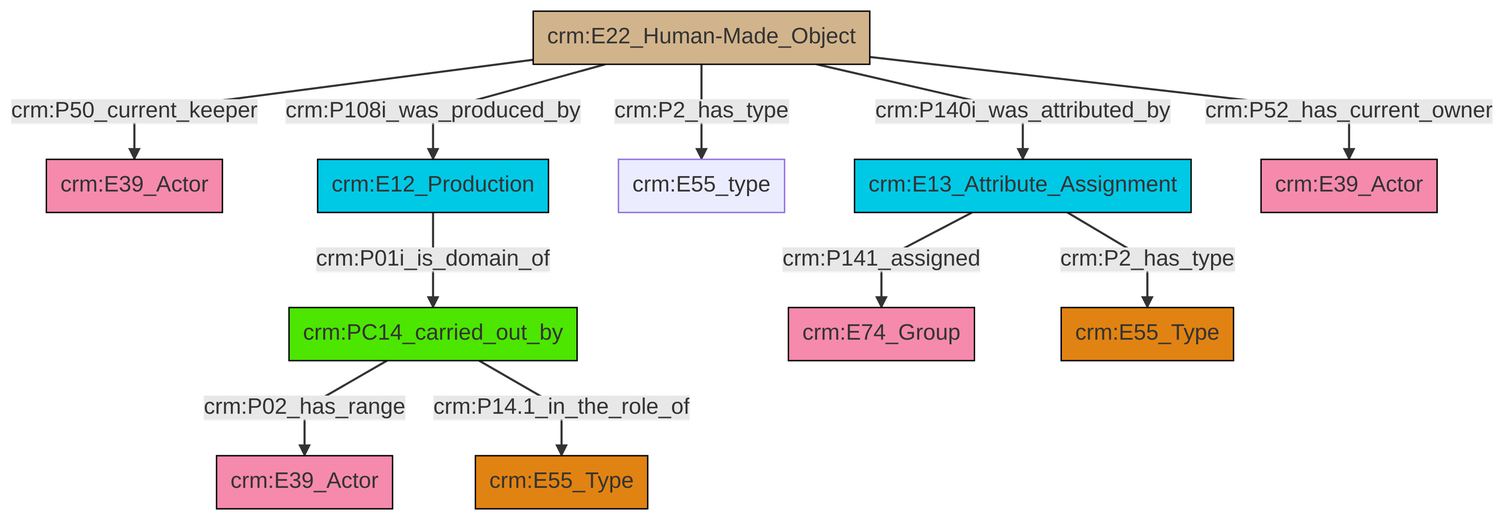
Before: et/artworkCSV/ttl/mmd/png/Artwork_Actor_Relations.png, a diagram exported from Mermaid (swiss-art-research-net/docs.swissartresearch). Its source is kept beside it as et/artworkCSV/ttl/mmd/Artwork_Actor_Relations.ttl.mmd.
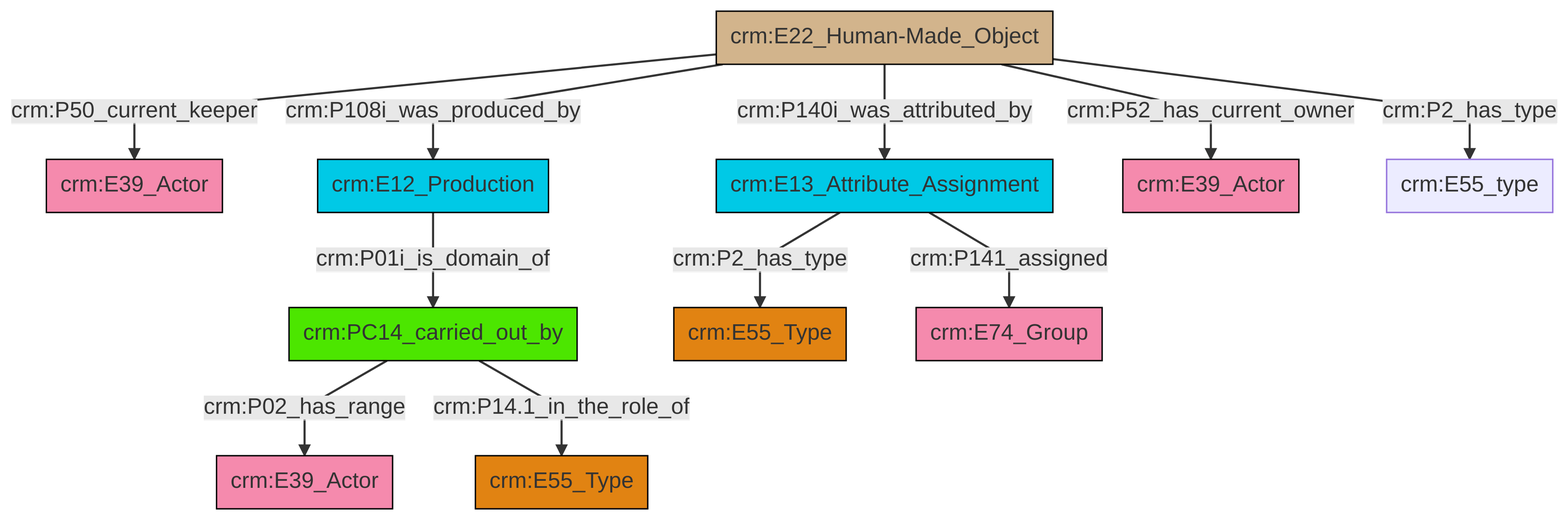
The same file after the commit.

Change to the diagram source:
```diff
@@ -13,13 +13,13 @@
 classDef PC_Classes fill:#4ce600, stroke:#000000;
 classDef Multi fill:#cccccc,stroke:#000000;
 
-0["crm:PC14_carried_out_by"]:::PC_Classes -->|crm:P02_has_range| 1["crm:E39_Actor"]:::Actor
-12["crm:E13_Attribute_Assignment"]:::Temporal_Entity -->|crm:P141_assigned| 10["crm:E74_Group"]:::Actor
-8["crm:E22_Human-Made_Object"]:::Physical_Thing -->|crm:P108i_was_produced_by| 4["crm:E12_Production"]:::Temporal_Entity
-8["crm:E22_Human-Made_Object"]:::Physical_Thing -->|crm:P50_current_keeper| 2["crm:E39_Actor"]:::Actor
-4["crm:E12_Production"]:::Temporal_Entity -->|crm:P01i_is_domain_of| 0["crm:PC14_carried_out_by"]:::PC_Classes
-8["crm:E22_Human-Made_Object"]:::Physical_Thing -->|crm:P2_has_type| 6["crm:E55_type"]:::Default
-8["crm:E22_Human-Made_Object"]:::Physical_Thing -->|crm:P140i_was_attributed_by| 12["crm:E13_Attribute_Assignment"]:::Temporal_Entity
-8["crm:E22_Human-Made_Object"]:::Physical_Thing -->|crm:P52_has_current_owner| 18["crm:E39_Actor"]:::Actor
-0["crm:PC14_carried_out_by"]:::PC_Classes -->|crm:P14.1_in_the_role_of| 19["crm:E55_Type"]:::Type
-12["crm:E13_Attribute_Assignment"]:::Temporal_Entity -->|crm:P2_has_type| 14["crm:E55_Type"]:::Type
+2["crm:PC14_carried_out_by"]:::PC_Classes -->|crm:P02_has_range| 4["crm:E39_Actor"]:::Actor
+5["crm:E13_Attribute_Assignment"]:::Temporal_Entity -->|crm:P2_has_type| 6["crm:E55_Type"]:::Type
+9["crm:E12_Production"]:::Temporal_Entity -->|crm:P01i_is_domain_of| 2["crm:PC14_carried_out_by"]:::PC_Classes
+12["crm:E22_Human-Made_Object"]:::Physical_Thing -->|crm:P52_has_current_owner| 13["crm:E39_Actor"]:::Actor
+12["crm:E22_Human-Made_Object"]:::Physical_Thing -->|crm:P140i_was_attributed_by| 5["crm:E13_Attribute_Assignment"]:::Temporal_Entity
+12["crm:E22_Human-Made_Object"]:::Physical_Thing -->|crm:P108i_was_produced_by| 9["crm:E12_Production"]:::Temporal_Entity
+5["crm:E13_Attribute_Assignment"]:::Temporal_Entity -->|crm:P141_assigned| 10["crm:E74_Group"]:::Actor
+12["crm:E22_Human-Made_Object"]:::Physical_Thing -->|crm:P2_has_type| 17["crm:E55_type"]:::Default
+2["crm:PC14_carried_out_by"]:::PC_Classes -->|crm:P14.1_in_the_role_of| 7["crm:E55_Type"]:::Type
+12["crm:E22_Human-Made_Object"]:::Physical_Thing -->|crm:P50_current_keeper| 0["crm:E39_Actor"]:::Actor
```
